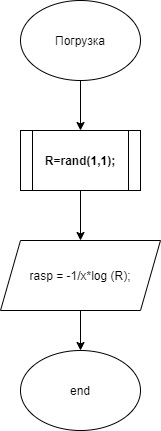
monsegard/praktik keeps this draw.io diagram as Untitled Diagram.png. Above is the earlier version. Source tidied: cells renumbered, new cells last; positions are measured from the earlier drawing's top-left corner, leaving out a move shared by most shapes. The source it was exported from:
```xml
<mxGraphModel>
  <root>
    <mxCell id="0" />
    <mxCell id="1" parent="0" />
    <mxCell id="2" style="edgeStyle=orthogonalEdgeStyle;rounded=0;jettySize=auto;html=1;entryX=0.5;entryY=0;entryDx=0;entryDy=0;" parent="1" edge="1" source="3" target="5">
      <mxGeometry relative="1" as="geometry" />
    </mxCell>
    <mxCell id="3" value="Погрузка" style="ellipse;whiteSpace=wrap;html=1;" parent="1" vertex="1">
      <mxGeometry x="20" width="120" height="80" as="geometry" />
    </mxCell>
    <mxCell id="4" style="edgeStyle=orthogonalEdgeStyle;rounded=0;jettySize=auto;html=1;entryX=0.5;entryY=0;entryDx=0;entryDy=0;" parent="1" edge="1" source="5" target="8">
      <mxGeometry relative="1" as="geometry" />
    </mxCell>
    <mxCell id="5" value="R=rand(1,1);" style="shape=process;whiteSpace=wrap;html=1;backgroundOutline=1;fontStyle=1;" parent="1" vertex="1">
      <mxGeometry x="20" y="130" width="120" height="60" as="geometry" />
    </mxCell>
    <mxCell id="6" style="edgeStyle=orthogonalEdgeStyle;rounded=0;jettySize=auto;html=1;exitX=0.5;exitY=1;exitDx=0;exitDy=0;" parent="1" edge="1" source="8" target="7">
      <mxGeometry relative="1" as="geometry" />
    </mxCell>
    <mxCell id="7" value="end" style="ellipse;whiteSpace=wrap;html=1;" parent="1" vertex="1">
      <mxGeometry x="20" y="350" width="120" height="80" as="geometry" />
    </mxCell>
    <mxCell id="8" value="rasp = -1/x*log (R);" style="shape=parallelogram;perimeter=parallelogramPerimeter;whiteSpace=wrap;html=1;fixedSize=1;" parent="1" vertex="1">
      <mxGeometry y="240" width="160" height="70" as="geometry" />
    </mxCell>
  </root>
</mxGraphModel>
```
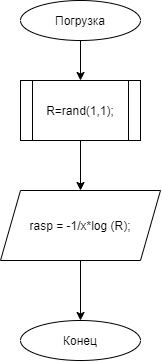
Later version of the same file.

Change to the diagram source:
```diff
@@ -2,26 +2,26 @@
   <root>
     <mxCell id="0" />
     <mxCell id="1" parent="0" />
-    <mxCell id="2" style="edgeStyle=orthogonalEdgeStyle;rounded=0;jettySize=auto;html=1;entryX=0.5;entryY=0;entryDx=0;entryDy=0;" parent="1" edge="1" source="3" target="5">
+    <mxCell id="2" style="edgeStyle=orthogonalEdgeStyle;rounded=0;jettySize=auto;html=1;entryX=0.5;entryY=0;entryDx=0;entryDy=0;exitX=0.5;exitY=1;exitDx=0;exitDy=0;" parent="1" edge="1" source="3" target="5">
       <mxGeometry relative="1" as="geometry" />
     </mxCell>
-    <mxCell id="3" value="Погрузка" style="ellipse;whiteSpace=wrap;html=1;" parent="1" vertex="1">
-      <mxGeometry x="20" width="120" height="80" as="geometry" />
-    </mxCell>
     <mxCell id="4" style="edgeStyle=orthogonalEdgeStyle;rounded=0;jettySize=auto;html=1;entryX=0.5;entryY=0;entryDx=0;entryDy=0;" parent="1" edge="1" source="5" target="8">
       <mxGeometry relative="1" as="geometry" />
     </mxCell>
-    <mxCell id="5" value="R=rand(1,1);" style="shape=process;whiteSpace=wrap;html=1;backgroundOutline=1;fontStyle=1;" parent="1" vertex="1">
+    <mxCell id="5" value="&lt;span style=&quot;font-weight: normal&quot;&gt;R=rand(1,1);&lt;/span&gt;" style="shape=process;whiteSpace=wrap;html=1;backgroundOutline=1;fontStyle=1;" parent="1" vertex="1">
       <mxGeometry x="20" y="130" width="120" height="60" as="geometry" />
     </mxCell>
-    <mxCell id="6" style="edgeStyle=orthogonalEdgeStyle;rounded=0;jettySize=auto;html=1;exitX=0.5;exitY=1;exitDx=0;exitDy=0;" parent="1" edge="1" source="8" target="7">
+    <mxCell id="6" style="edgeStyle=orthogonalEdgeStyle;rounded=0;jettySize=auto;html=1;exitX=0.5;exitY=1;exitDx=0;exitDy=0;entryX=0.5;entryY=0;entryDx=0;entryDy=0;" parent="1" edge="1" source="8" target="9">
       <mxGeometry relative="1" as="geometry" />
     </mxCell>
-    <mxCell id="7" value="end" style="ellipse;whiteSpace=wrap;html=1;" parent="1" vertex="1">
-      <mxGeometry x="20" y="350" width="120" height="80" as="geometry" />
-    </mxCell>
     <mxCell id="8" value="rasp = -1/x*log (R);" style="shape=parallelogram;perimeter=parallelogramPerimeter;whiteSpace=wrap;html=1;fixedSize=1;" parent="1" vertex="1">
       <mxGeometry y="240" width="160" height="70" as="geometry" />
     </mxCell>
+    <mxCell id="3" value="Погрузка" style="ellipse;whiteSpace=wrap;html=1;fillColor=#ffffff;" parent="1" vertex="1">
+      <mxGeometry x="20" y="50" width="120" height="40" as="geometry" />
+    </mxCell>
+    <mxCell id="9" value="Конец" style="ellipse;whiteSpace=wrap;html=1;fillColor=#ffffff;" parent="1" vertex="1">
+      <mxGeometry x="20" y="370" width="120" height="40" as="geometry" />
+    </mxCell>
   </root>
 </mxGraphModel>
```
